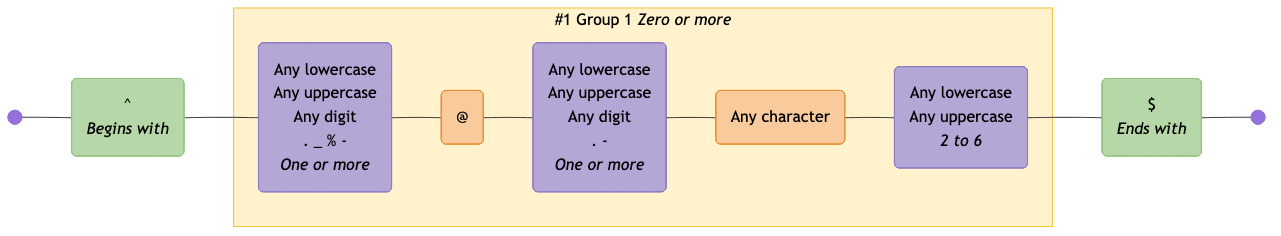
Earlier version of the Mermaid export diagrams/email-address.mermaid-diagram.png (tayles/regex-to-mermaid). Its source is kept beside it as diagrams/email-address.mermaid. Its diagram source:
```mermaid
graph LR
  accTitle: "Regex: ^([a-zA-Z0-9._%-]+@[a-zA-Z0-9.-]+\\.[a-zA-Z]{2,6})*$"
  accDescr: "Generated with regex-to-mermaid@1.0.4"

  start@{ shape: f-circ };
  fin@{ shape: f-circ };
  assertion_1("^<br><i>Begins with</i>"):::assertion;
  char_class_1("Any lowercase<br>Any uppercase<br>Any digit<br>. _ % -<br><i>One or more</i>"):::char-class;
  literal_1("@"):::literal;
  char_class_2("Any lowercase<br>Any uppercase<br>Any digit<br>. -<br><i>One or more</i>"):::char-class;
  literal_2("Any character"):::literal;
  char_class_3("Any lowercase<br>Any uppercase<br><i>2 to 6</i>"):::char-class;
  assertion_2("$<br><i>Ends with</i>"):::assertion;

  subgraph standard_1 ["#1 Group 1 <i>Zero or more</i>"]
    char_class_1
    literal_1
    char_class_2
    literal_2
    char_class_3
  end

  start --- assertion_1;
  assertion_1 --- char_class_1;
  char_class_1 --- literal_1;
  literal_1 --- char_class_2;
  char_class_2 --- literal_2;
  literal_2 --- char_class_3;
  char_class_3 --- assertion_2;
  assertion_2 --- fin;

  classDef assertion fill:#B6D7A8,stroke:#93C47D,color:#000000;
  classDef char-class fill:#B4A7D6,stroke:#8E7CC3,color:#000000;
  classDef literal fill:#F9CB9C,stroke:#E69138,color:#000000;

  classDef standard fill:#FFF2CC,stroke:#F1C232,color:#000000;

  class standard_1 standard;
```
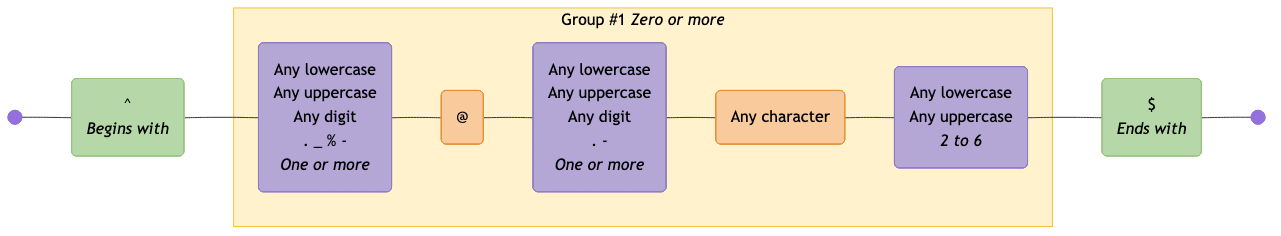
The same file after the commit.

What changed in the source:
```diff
@@ -1,6 +1,6 @@
 graph LR
   accTitle: "Regex: ^([a-zA-Z0-9._%-]+@[a-zA-Z0-9.-]+\\.[a-zA-Z]{2,6})*$"
-  accDescr: "Generated with regex-to-mermaid@1.0.4"
+  accDescr: "Generated with regex-to-mermaid@2.0.0"
 
   start@{ shape: f-circ };
   fin@{ shape: f-circ };
@@ -12,7 +12,7 @@
   char_class_3("Any lowercase<br>Any uppercase<br><i>2 to 6</i>"):::char-class;
   assertion_2("$<br><i>Ends with</i>"):::assertion;
 
-  subgraph standard_1 ["#1 Group 1 <i>Zero or more</i>"]
+  subgraph standard_1 ["Group #1 <i>Zero or more</i>"]
     char_class_1
     literal_1
     char_class_2
```
